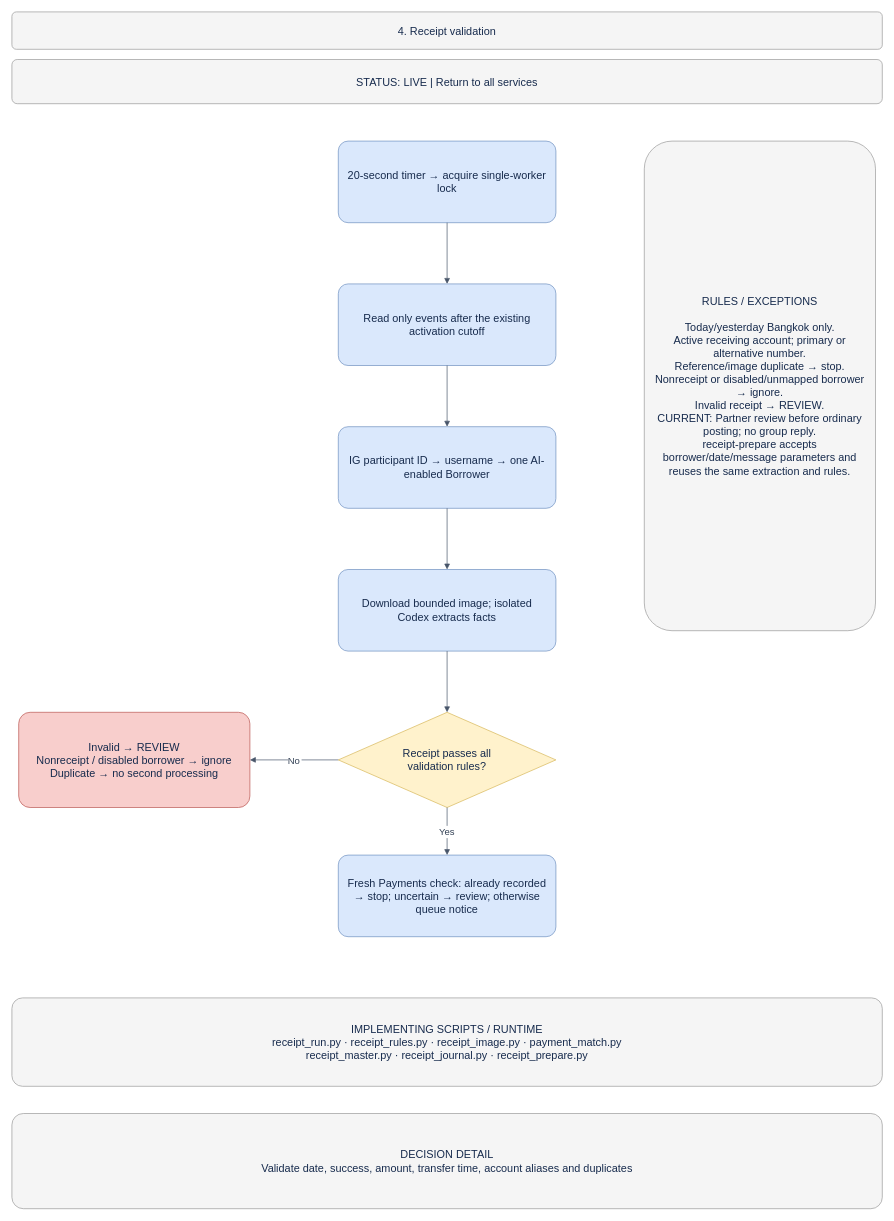
welct0407/MW-Credit-App keeps this draw.io diagram as page "04 · Receipt validation" (4 of 18) of docs/BUSINESS_PROCESS.drawio. Above is the earlier version. Source tidied: cells renumbered, new cells numbered last; positions are measured from the earlier drawing's top-left corner, leaving out a move shared by most shapes. Both pictures are drawn from the tidied source at 68%, with x=0, y=0 at pixel (12, 12).
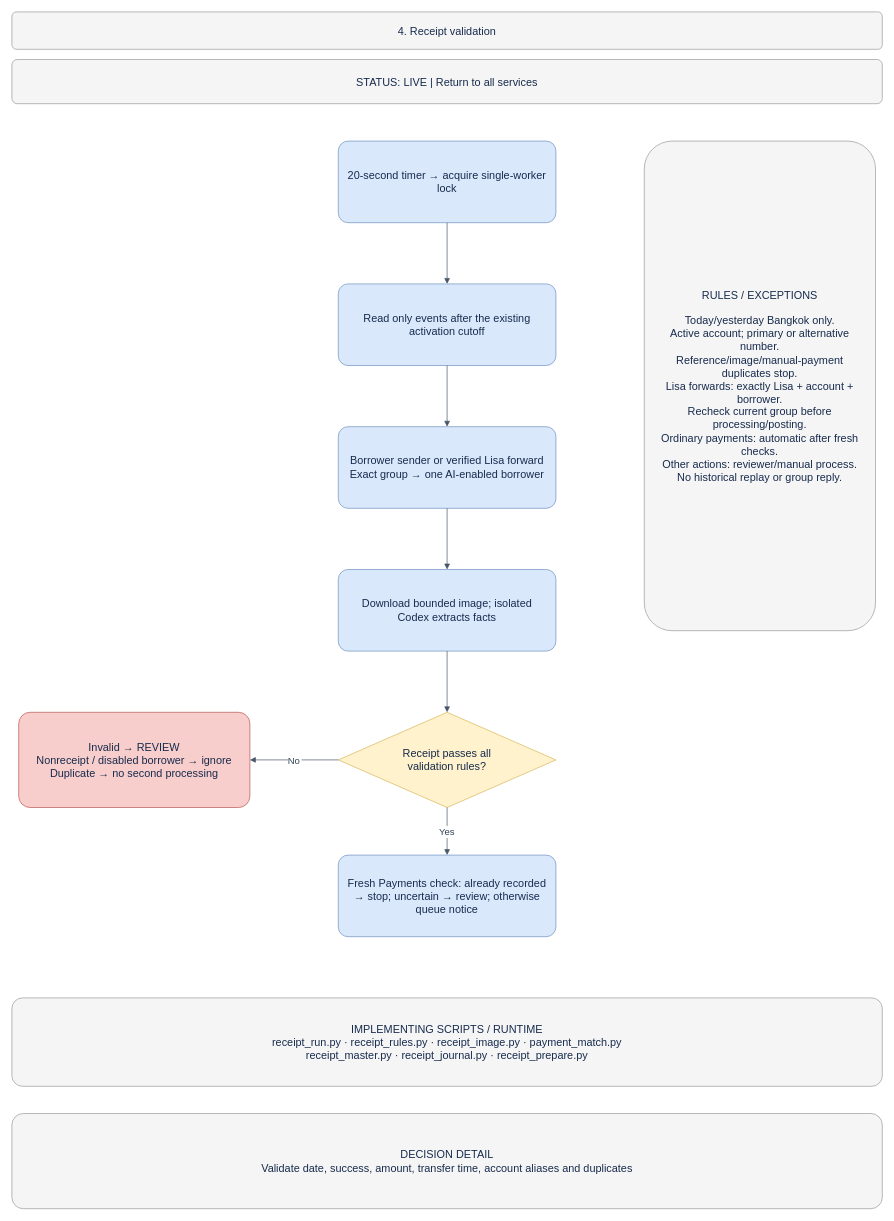
The same page after the edit.

Change to the diagram source:
```diff
@@
 <mxGraphModel>
   <root>
     <mxCell id="0" />
     <mxCell id="1" parent="0" />
     <mxCell id="2" value="4. Receipt validation" style="rounded=1;arcSize=12;whiteSpace=wrap;html=0;fillColor=#f5f5f5;strokeColor=#999999;fontColor=#172b4d;fontSize=16;align=center;verticalAlign=middle;spacing=12;" parent="1" vertex="1">
       <mxGeometry width="1280" height="55" as="geometry" />
     </mxCell>
     <mxCell id="3" value="STATUS: LIVE  |  Return to all services" style="rounded=1;arcSize=12;whiteSpace=wrap;html=0;fillColor=#f5f5f5;strokeColor=#999999;fontColor=#172b4d;fontSize=16;align=center;verticalAlign=middle;spacing=12;" parent="1" vertex="1">
       <mxGeometry y="70" width="1280" height="65" as="geometry" />
     </mxCell>
     <mxCell id="4" value="20-second timer → acquire single-worker lock" style="rounded=1;arcSize=12;whiteSpace=wrap;html=0;fillColor=#dae8fc;strokeColor=#6c8ebf;fontColor=#172b4d;fontSize=16;align=center;verticalAlign=middle;spacing=12;" parent="1" vertex="1">
       <mxGeometry x="480" y="190" width="320" height="120" as="geometry" />
     </mxCell>
     <mxCell id="5" value="Read only events after the existing activation cutoff" style="rounded=1;arcSize=12;whiteSpace=wrap;html=0;fillColor=#dae8fc;strokeColor=#6c8ebf;fontColor=#172b4d;fontSize=16;align=center;verticalAlign=middle;spacing=12;" parent="1" vertex="1">
       <mxGeometry x="480" y="400" width="320" height="120" as="geometry" />
     </mxCell>
     <mxCell id="6" style="edgeStyle=orthogonalEdgeStyle;rounded=0;jettySize=auto;html=0;endArrow=block;endFill=1;strokeColor=#475569;fontColor=#334155;fontSize=14;labelBackgroundColor=#ffffff;" parent="1" edge="1" source="4" target="5">
       <mxGeometry relative="1" as="geometry" />
     </mxCell>
-    <mxCell id="7" value="IG participant ID → username → one AI-enabled Borrower" style="rounded=1;arcSize=12;whiteSpace=wrap;html=0;fillColor=#dae8fc;strokeColor=#6c8ebf;fontColor=#172b4d;fontSize=16;align=center;verticalAlign=middle;spacing=12;" parent="1" vertex="1">
+    <mxCell id="7" value="Borrower sender or verified Lisa forward&#10;Exact group → one AI-enabled borrower" style="rounded=1;arcSize=12;whiteSpace=wrap;html=0;fillColor=#dae8fc;strokeColor=#6c8ebf;fontColor=#172b4d;fontSize=16;align=center;verticalAlign=middle;spacing=12;" parent="1" vertex="1">
       <mxGeometry x="480" y="610" width="320" height="120" as="geometry" />
     </mxCell>
     <mxCell id="8" style="edgeStyle=orthogonalEdgeStyle;rounded=0;jettySize=auto;html=0;endArrow=block;endFill=1;strokeColor=#475569;fontColor=#334155;fontSize=14;labelBackgroundColor=#ffffff;" parent="1" edge="1" source="5" target="7">
       <mxGeometry relative="1" as="geometry" />
     </mxCell>
     <mxCell id="9" value="Download bounded image; isolated Codex extracts facts" style="rounded=1;arcSize=12;whiteSpace=wrap;html=0;fillColor=#dae8fc;strokeColor=#6c8ebf;fontColor=#172b4d;fontSize=16;align=center;verticalAlign=middle;spacing=12;" parent="1" vertex="1">
       <mxGeometry x="480" y="820" width="320" height="120" as="geometry" />
     </mxCell>
     <mxCell id="10" style="edgeStyle=orthogonalEdgeStyle;rounded=0;jettySize=auto;html=0;endArrow=block;endFill=1;strokeColor=#475569;fontColor=#334155;fontSize=14;labelBackgroundColor=#ffffff;" parent="1" edge="1" source="7" target="9">
       <mxGeometry relative="1" as="geometry" />
     </mxCell>
     <mxCell id="11" value="Receipt passes all&#10;validation rules?" style="rhombus;whiteSpace=wrap;html=0;fillColor=#fff2cc;strokeColor=#d6b656;fontColor=#172b4d;fontSize=16;align=center;verticalAlign=middle;spacing=12;" parent="1" vertex="1">
       <mxGeometry x="480" y="1030" width="320" height="140" as="geometry" />
     </mxCell>
     <mxCell id="12" style="edgeStyle=orthogonalEdgeStyle;rounded=0;jettySize=auto;html=0;endArrow=block;endFill=1;strokeColor=#475569;fontColor=#334155;fontSize=14;labelBackgroundColor=#ffffff;" parent="1" edge="1" source="9" target="11">
       <mxGeometry relative="1" as="geometry" />
     </mxCell>
     <mxCell id="13" value="Fresh Payments check: already recorded → stop; uncertain → review; otherwise queue notice" style="rounded=1;arcSize=12;whiteSpace=wrap;html=0;fillColor=#dae8fc;strokeColor=#6c8ebf;fontColor=#172b4d;fontSize=16;align=center;verticalAlign=middle;spacing=12;" parent="1" vertex="1">
       <mxGeometry x="480" y="1240" width="320" height="120" as="geometry" />
     </mxCell>
     <mxCell id="14" value="Yes" style="edgeStyle=orthogonalEdgeStyle;rounded=0;jettySize=auto;html=0;endArrow=block;endFill=1;strokeColor=#475569;fontColor=#334155;fontSize=14;labelBackgroundColor=#ffffff;" parent="1" edge="1" source="11" target="13">
       <mxGeometry relative="1" as="geometry" />
     </mxCell>
     <mxCell id="15" value="Invalid → REVIEW&#10;Nonreceipt / disabled borrower → ignore&#10;Duplicate → no second processing" style="rounded=1;arcSize=12;whiteSpace=wrap;html=0;fillColor=#f8cecc;strokeColor=#b85450;fontColor=#172b4d;fontSize=16;align=center;verticalAlign=middle;spacing=12;" parent="1" vertex="1">
       <mxGeometry x="10" y="1030" width="340" height="140" as="geometry" />
     </mxCell>
     <mxCell id="16" value="No" style="edgeStyle=orthogonalEdgeStyle;rounded=0;jettySize=auto;html=0;endArrow=block;endFill=1;strokeColor=#475569;fontColor=#334155;fontSize=14;labelBackgroundColor=#ffffff;" parent="1" edge="1" source="11" target="15">
       <mxGeometry relative="1" as="geometry" />
     </mxCell>
-    <mxCell id="17" value="RULES / EXCEPTIONS&#10;&#10;Today/yesterday Bangkok only.&#10;Active receiving account; primary or alternative number.&#10;Reference/image duplicate → stop.&#10;Nonreceipt or disabled/unmapped borrower → ignore.&#10;Invalid receipt → REVIEW.&#10;CURRENT: Partner review before ordinary posting; no group reply.&#10;receipt-prepare accepts borrower/date/message parameters and reuses the same extraction and rules." style="rounded=1;arcSize=12;whiteSpace=wrap;html=0;fillColor=#f5f5f5;strokeColor=#999999;fontColor=#172b4d;fontSize=16;align=center;verticalAlign=middle;spacing=12;" parent="1" vertex="1">
+    <mxCell id="17" value="RULES / EXCEPTIONS&#10;&#10;Today/yesterday Bangkok only.&#10;Active account; primary or alternative number.&#10;Reference/image/manual-payment duplicates stop.&#10;Lisa forwards: exactly Lisa + account + borrower.&#10;Recheck current group before processing/posting.&#10;Ordinary payments: automatic after fresh checks.&#10;Other actions: reviewer/manual process.&#10;No historical replay or group reply." style="rounded=1;arcSize=12;whiteSpace=wrap;html=0;fillColor=#f5f5f5;strokeColor=#999999;fontColor=#172b4d;fontSize=16;align=center;verticalAlign=middle;spacing=12;" parent="1" vertex="1">
       <mxGeometry x="930" y="190" width="340" height="720" as="geometry" />
     </mxCell>
     <mxCell id="18" value="IMPLEMENTING SCRIPTS / RUNTIME&#10;receipt_run.py · receipt_rules.py · receipt_image.py · payment_match.py&#10;receipt_master.py · receipt_journal.py · receipt_prepare.py" style="rounded=1;arcSize=12;whiteSpace=wrap;html=0;fillColor=#f5f5f5;strokeColor=#999999;fontColor=#172b4d;fontSize=16;align=center;verticalAlign=middle;spacing=12;" parent="1" vertex="1">
       <mxGeometry y="1450" width="1280" height="130" as="geometry" />
     </mxCell>
     <mxCell id="19" value="DECISION DETAIL&#10;Validate date, success, amount, transfer time, account aliases and duplicates" style="rounded=1;arcSize=12;whiteSpace=wrap;html=0;fillColor=#f5f5f5;strokeColor=#999999;fontColor=#172b4d;fontSize=16;align=center;verticalAlign=middle;spacing=12;" parent="1" vertex="1">
       <mxGeometry y="1620" width="1280" height="140" as="geometry" />
     </mxCell>
   </root>
 </mxGraphModel>
```
